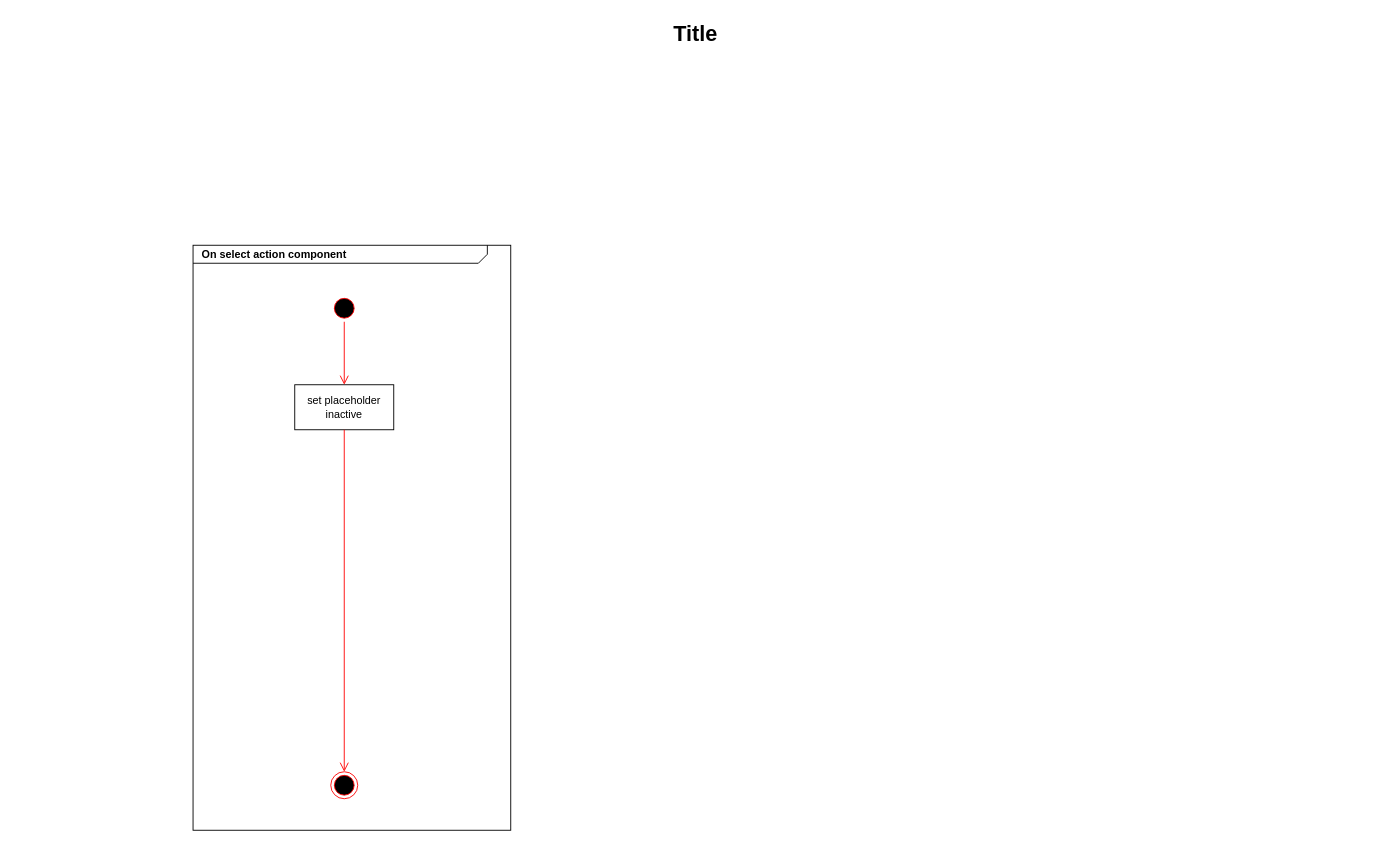
Before: documentation/UI/Components/ServerConfig/OnSelect.drawio in xalpol12/kuka-ar, a draw.io diagram. Source tidied: cells renumbered, new cells numbered last; positions are measured from the earlier drawing's top-left corner, leaving out a move shared by most shapes. Both pictures are drawn from the tidied source at 90%, with x=0, y=0 at pixel (15, 15).
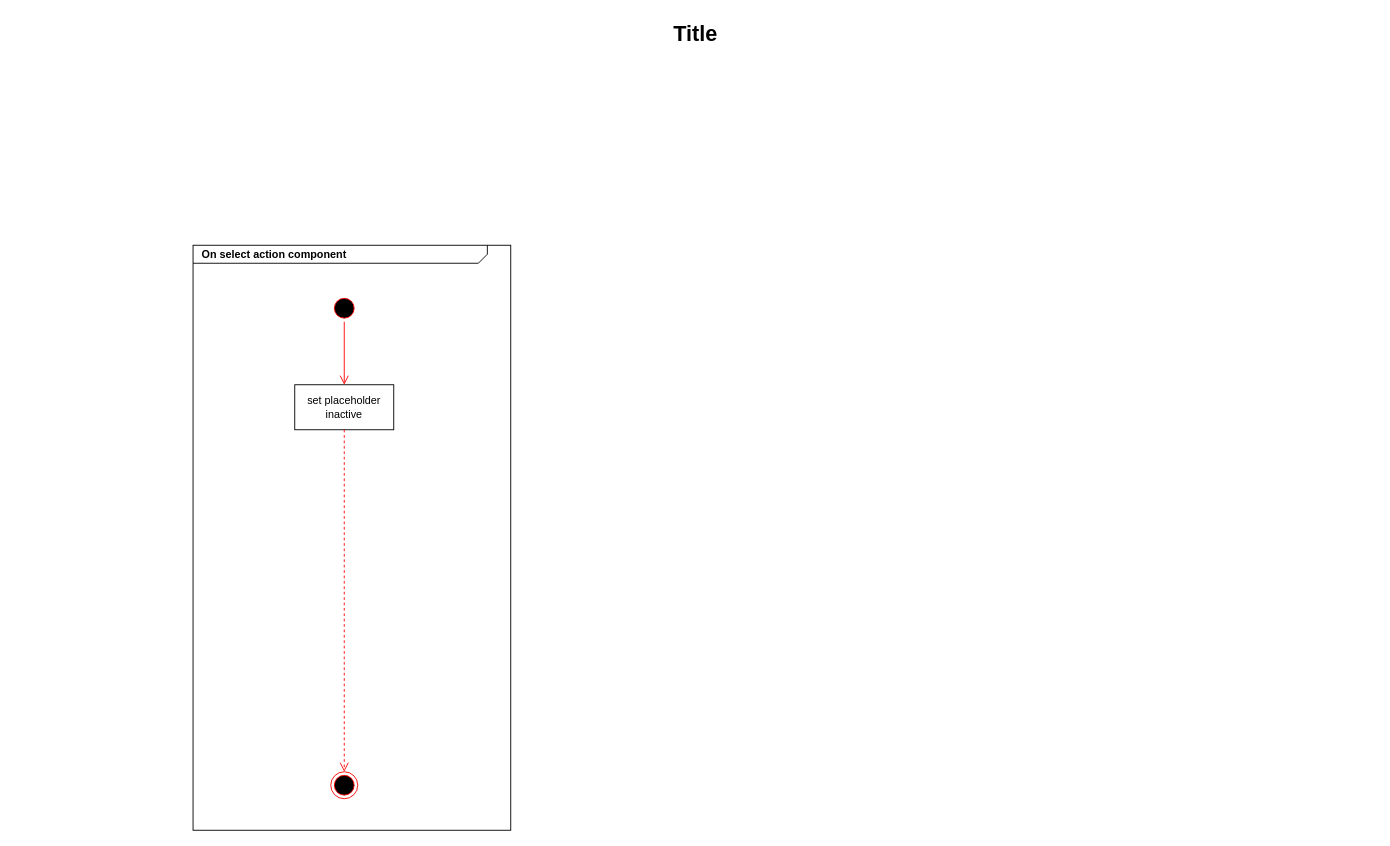
Above is the later version.

Diff of the diagram source:
```diff
@@
 <mxGraphModel>
   <root>
     <mxCell id="0" />
     <mxCell id="1" parent="0" />
     <mxCell id="2" value="&lt;p style=&quot;margin: 0px ; margin-top: 4px ; margin-left: 10px ; text-align: left&quot;&gt;&lt;b&gt;On select action component&lt;/b&gt;&lt;/p&gt;" style="html=1;strokeWidth=1;shape=mxgraph.sysml.package;html=1;overflow=fill;whiteSpace=wrap;fillColor=none;gradientColor=none;fontSize=12;align=center;labelX=327.64;" parent="1" vertex="1">
       <mxGeometry x="197" y="255" width="353" height="650" as="geometry" />
     </mxCell>
     <mxCell id="3" value="Title" style="text;strokeColor=none;fillColor=none;html=1;fontSize=24;fontStyle=1;verticalAlign=middle;align=center;" parent="1" vertex="1">
       <mxGeometry width="1510" height="40" as="geometry" />
     </mxCell>
     <mxCell id="4" value="set placeholder&lt;br&gt;inactive" style="html=1;whiteSpace=wrap;" parent="1" vertex="1">
       <mxGeometry x="310" y="410" width="110" height="50" as="geometry" />
     </mxCell>
     <mxCell id="5" style="ellipse;html=1;shape=endState;fillColor=#000000;strokeColor=#ff0000;" parent="1" vertex="1">
       <mxGeometry x="350" y="840" width="30" height="30" as="geometry" />
     </mxCell>
     <mxCell id="6" style="ellipse;html=1;shape=startState;fillColor=#000000;strokeColor=#ff0000;" parent="1" vertex="1">
       <mxGeometry x="350" y="310" width="30" height="30" as="geometry" />
     </mxCell>
     <mxCell id="7" style="edgeStyle=orthogonalEdgeStyle;html=1;verticalAlign=bottom;endArrow=open;endSize=8;strokeColor=#ff0000;rounded=0;entryX=0.5;entryY=0;entryDx=0;entryDy=0;" parent="1" edge="1" source="6" target="4">
       <mxGeometry relative="1" as="geometry" />
     </mxCell>
-    <mxCell id="8" style="edgeStyle=orthogonalEdgeStyle;html=1;verticalAlign=bottom;endArrow=open;endSize=8;strokeColor=#ff0000;rounded=0;entryX=0.5;entryY=0;entryDx=0;entryDy=0;exitX=0.5;exitY=1;exitDx=0;exitDy=0;" parent="1" edge="1" source="4" target="5">
+    <mxCell id="8" style="edgeStyle=orthogonalEdgeStyle;html=1;verticalAlign=bottom;endArrow=open;endSize=8;strokeColor=#ff0000;rounded=0;entryX=0.5;entryY=0;entryDx=0;entryDy=0;exitX=0.5;exitY=1;exitDx=0;exitDy=0;dashed=1;" parent="1" edge="1" source="4" target="5">
       <mxGeometry relative="1" as="geometry" />
     </mxCell>
   </root>
 </mxGraphModel>
```
